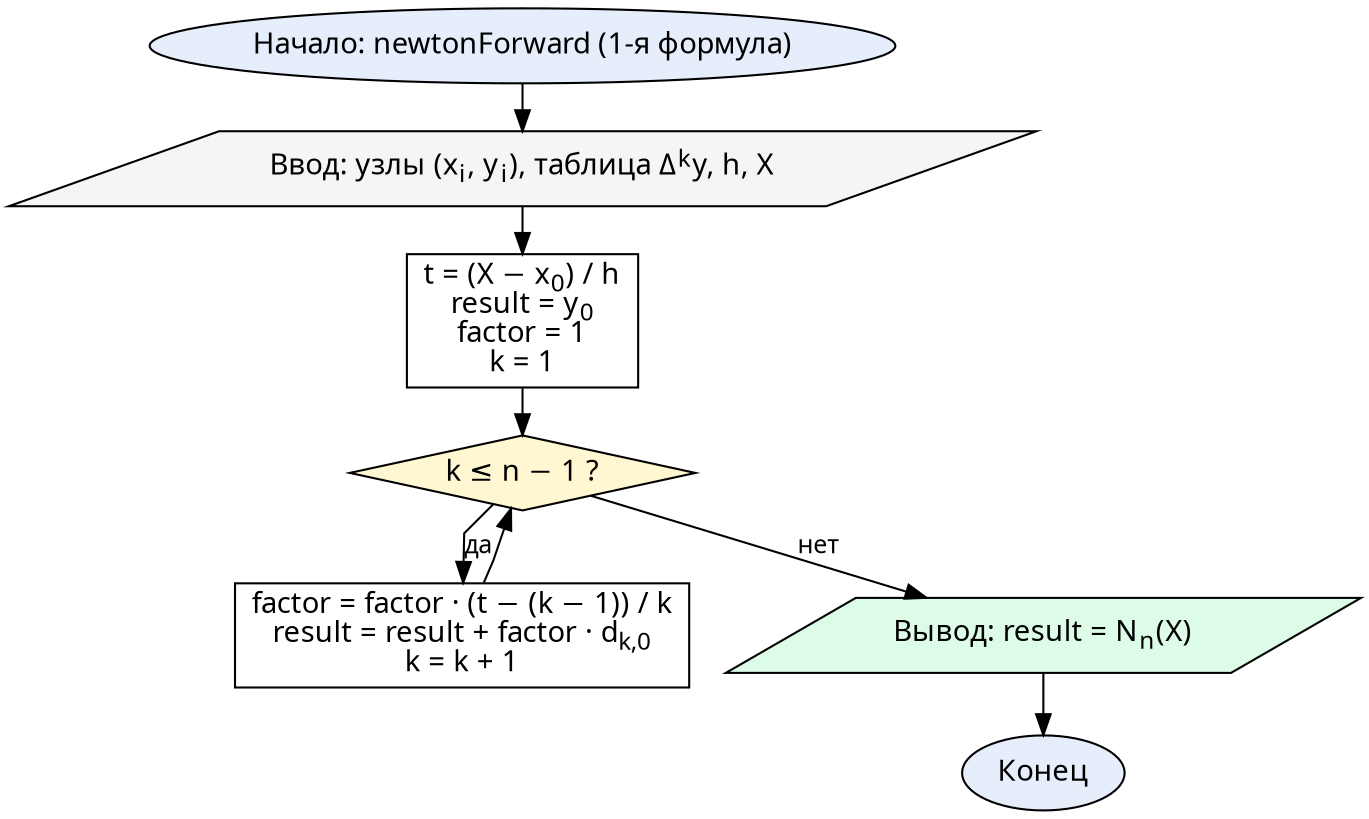
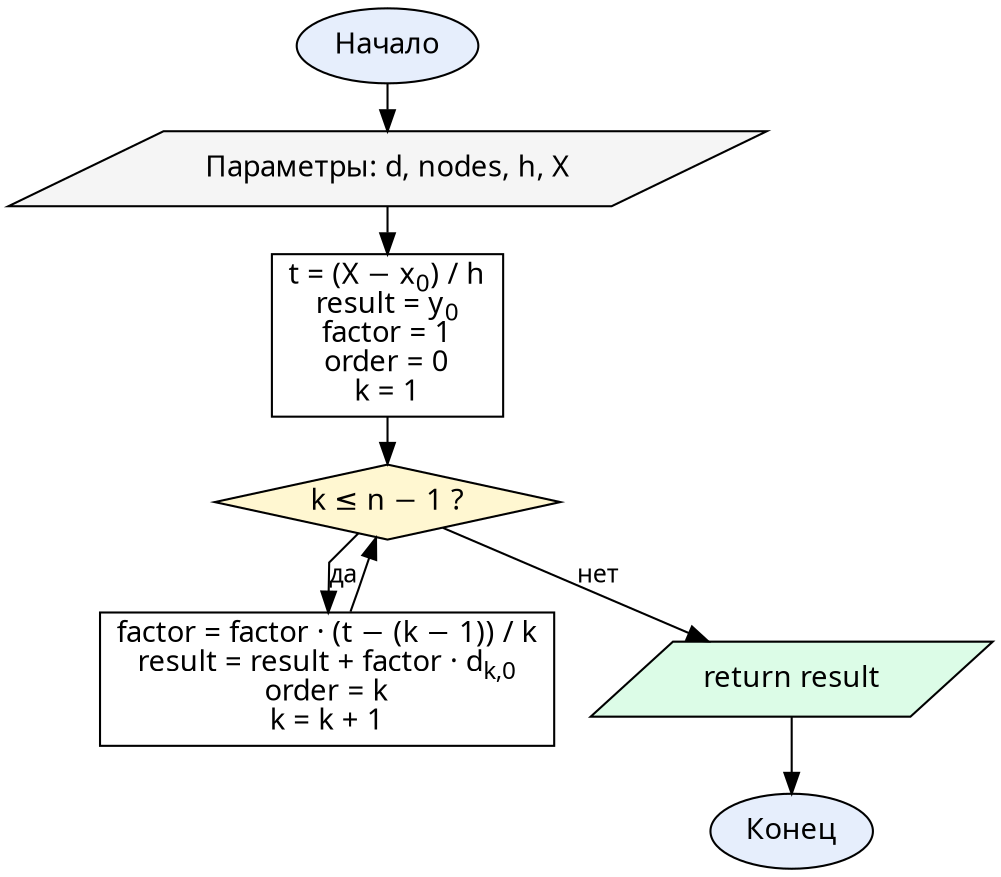
digraph Lab5NewtonForward {
  graph [fontname="CMU Serif", rankdir=TB, nodesep=0.25, ranksep=0.3, splines=polyline]
  node  [fontname="CMU Serif", fontsize=14, style="filled", fillcolor="#ffffff", color="#000000"]
  edge  [fontname="CMU Serif", fontsize=12, color="#000000"]

-   start  [label="Начало: newtonForward (1-я формула)", shape=oval, fillcolor="#e6eefc"]
-   input  [label=<Ввод: узлы (x<SUB>i</SUB>, y<SUB>i</SUB>), таблица Δ<SUP>k</SUP>y, h, X>, shape=parallelogram, fillcolor="#f5f5f5"]
-   init   [label=<t = (X − x<SUB>0</SUB>) / h<BR/>result = y<SUB>0</SUB><BR/>factor = 1<BR/>k = 1>, shape=box]
+   start  [label="Начало", shape=oval, fillcolor="#e6eefc"]
+   input  [label=<Параметры: d, nodes, h, X>, shape=parallelogram, fillcolor="#f5f5f5"]
+   init   [label=<t = (X − x<SUB>0</SUB>) / h<BR/>result = y<SUB>0</SUB><BR/>factor = 1<BR/>order = 0<BR/>k = 1>, shape=box]
  chk    [label=<k ≤ n − 1 ?>, shape=diamond, fillcolor="#fff7d1"]
-   body   [label=<factor = factor · (t − (k − 1)) / k<BR/>result = result + factor · d<SUB>k,0</SUB><BR/>k = k + 1>, shape=box]
-   output [label=<Вывод: result = N<SUB>n</SUB>(X)>, shape=parallelogram, fillcolor="#dcfce7"]
+   body   [label=<factor = factor · (t − (k − 1)) / k<BR/>result = result + factor · d<SUB>k,0</SUB><BR/>order = k<BR/>k = k + 1>, shape=box]
+   output [label=<return result>, shape=parallelogram, fillcolor="#dcfce7"]
  stop   [label="Конец", shape=oval, fillcolor="#e6eefc"]

  start -> input -> init -> chk
  chk -> body [label="да"]
  body -> chk
  chk -> output [label="нет"]
  output -> stop
}
